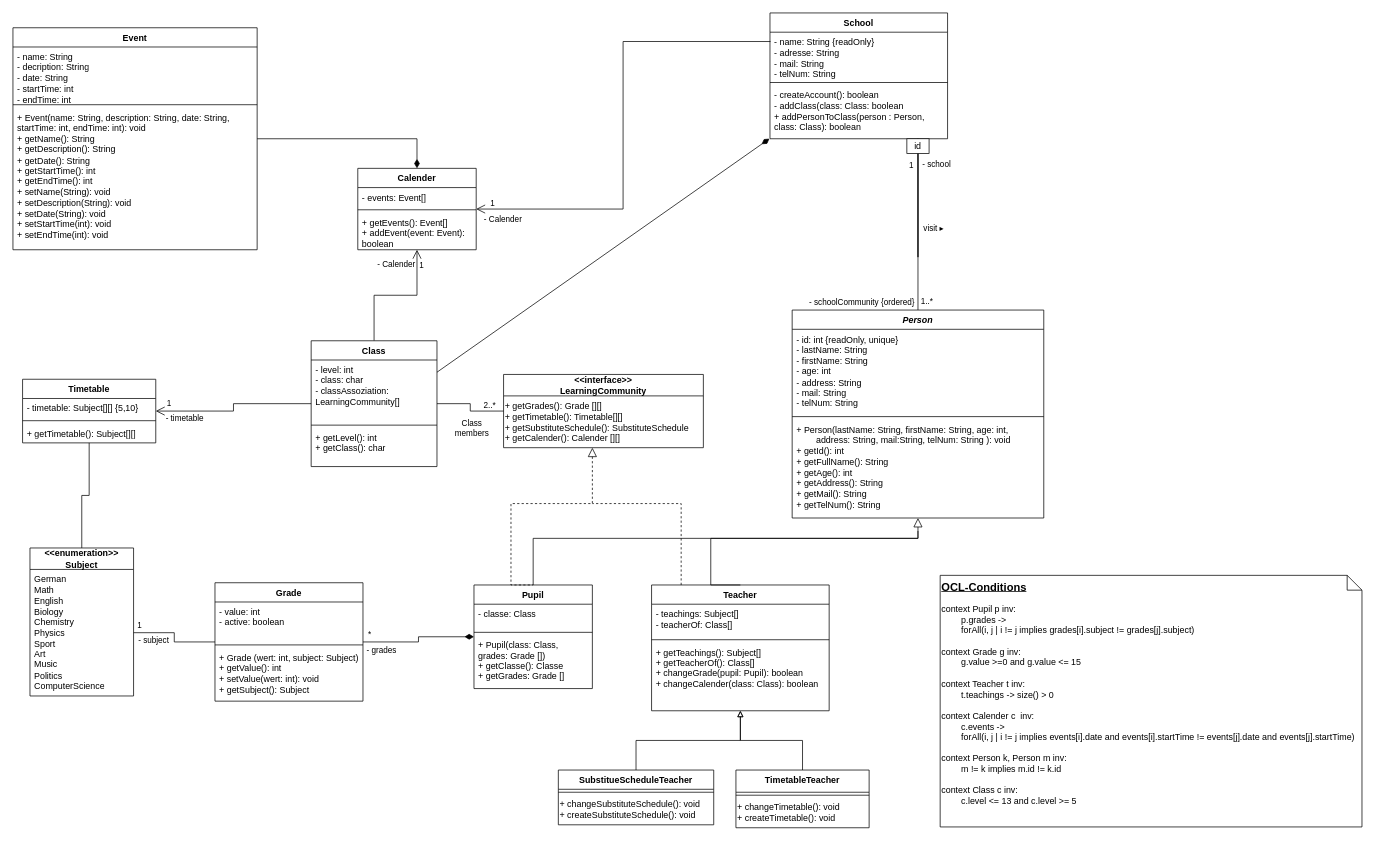
Earlier version of the draw.io diagram ClassDiagram.drawio (TrainFan1804/SchulverwaltungUML). Source tidied: cells renumbered, new cells numbered last; positions are measured from the earlier drawing's top-left corner, leaving out a move shared by most shapes. Both pictures are drawn from the tidied source at 74%, with x=0, y=0 at pixel (13, 13).
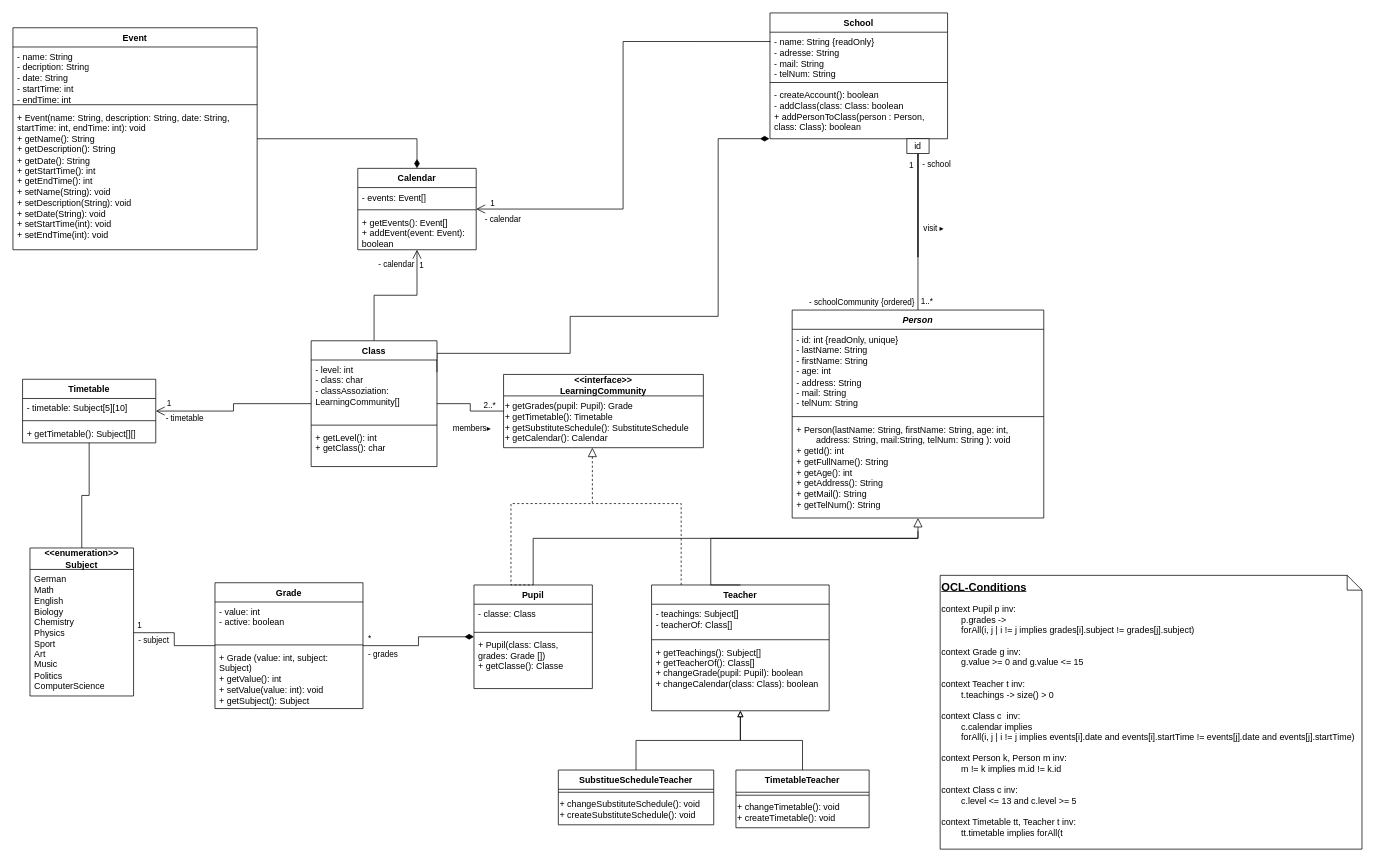
The same page after the edit.

The change refers to these unchanged cells:
```xml
<mxCell id="5" value="Pupil" style="swimlane;fontStyle=1;align=center;verticalAlign=top;horizontal=1;startSize=26;rounded=0;shadow=0;strokeWidth=1;" parent="1" vertex="1">
  <mxGeometry x="623" y="773" width="160" height="140" as="geometry" />
</mxCell>
<mxCell id="18" value="Teacher" style="swimlane;fontStyle=1;align=center;verticalAlign=top;horizontal=1;startSize=26;rounded=0;shadow=0;strokeWidth=1;" parent="1" vertex="1">
  <mxGeometry x="863" y="773" width="240" height="170" as="geometry" />
</mxCell>
<mxCell id="29" style="edgeStyle=orthogonalEdgeStyle;rounded=0;jettySize=auto;html=1;entryX=1;entryY=0.5;entryDx=0;entryDy=0;endArrow=open;endFill=0;endSize=10;exitX=0.003;exitY=0.197;exitDx=0;exitDy=0;exitPerimeter=0;startSize=10;" parent="1" edge="1" source="38" target="51">
  <mxGeometry relative="1" as="geometry" />
</mxCell>
<mxCell id="40" value="&lt;div&gt;&lt;span style=&quot;background-color: initial;&quot;&gt;- createAccount(): boolean&lt;/span&gt;&lt;br&gt;&lt;/div&gt;&lt;div&gt;- addClass(class: Class: boolean&lt;/div&gt;&lt;div&gt;+&lt;span style=&quot;background-color: initial;&quot;&gt;&amp;nbsp;addPersonToClass(person : Person, class: Class): boolean&lt;/span&gt;&lt;/div&gt;" style="text;strokeColor=none;fillColor=none;align=left;verticalAlign=top;spacingLeft=4;spacingRight=4;overflow=hidden;points=[[0,0.5],[1,0.5]];portConstraint=eastwest;whiteSpace=wrap;html=1;" parent="37" vertex="1">
  <mxGeometry y="98" width="240" height="72" as="geometry" />
</mxCell>
<mxCell id="41" style="edgeStyle=orthogonalEdgeStyle;rounded=0;jettySize=auto;html=1;entryX=0.5;entryY=1;entryDx=0;entryDy=0;endArrow=open;endFill=0;endSize=10;" parent="1" edge="1" source="47" target="51">
  <mxGeometry relative="1" as="geometry" />
</mxCell>
<mxCell id="47" value="Class" style="swimlane;fontStyle=1;align=center;verticalAlign=top;horizontal=1;startSize=26;whiteSpace=wrap;html=1;" parent="1" vertex="1">
  <mxGeometry x="403" y="443" width="170" height="170" as="geometry" />
</mxCell>
<mxCell id="56" value="Timetable" style="swimlane;fontStyle=1;align=center;verticalAlign=top;horizontal=1;startSize=26;whiteSpace=wrap;html=1;" parent="1" vertex="1">
  <mxGeometry x="13" y="495" width="180" height="86" as="geometry" />
</mxCell>
<mxCell id="69" style="edgeStyle=orthogonalEdgeStyle;rounded=0;jettySize=auto;html=1;entryX=1;entryY=0.5;entryDx=0;entryDy=0;endArrow=none;endFill=0;" parent="1" edge="1" source="72" target="47">
  <mxGeometry relative="1" as="geometry" />
</mxCell>
<mxCell id="72" value="&lt;div&gt;&amp;lt;&amp;lt;interface&amp;gt;&amp;gt;&lt;br&gt;&lt;/div&gt;&lt;div&gt;LearningCommunity&lt;/div&gt;" style="swimlane;fontStyle=1;align=center;verticalAlign=middle;horizontal=1;startSize=29;html=1;whiteSpace=wrap;" parent="1" vertex="1">
  <mxGeometry x="663" y="488.5" width="270" height="99" as="geometry" />
</mxCell>
```

The edit, as a diff of the source:
```diff
@@
-    <mxCell id="8" value="+ Pupil(class: Class, &#10;grades: Grade [])&#10;+ getClasse(): Classe&#10;+ getGrades: Grade []" style="text;align=left;verticalAlign=top;spacingLeft=4;spacingRight=4;overflow=hidden;" parent="5" vertex="1">
+    <mxCell id="8" value="+ Pupil(class: Class, &#10;grades: Grade [])&#10;+ getClasse(): Classe" style="text;align=left;verticalAlign=top;spacingLeft=4;spacingRight=4;overflow=hidden;" parent="5" vertex="1">
       <mxGeometry y="68" width="160" height="72" as="geometry" />
     </mxCell>
@@
-    <mxCell id="21" value="+ getTeachings(): Subject[]&#10;+ getTeacherOf(): Class[]&#10;+ changeGrade(pupil: Pupil): boolean&#10;+ changeCalender(class: Class): boolean" style="text;align=left;verticalAlign=top;spacingLeft=4;spacingRight=4;overflow=hidden;" parent="18" vertex="1">
+    <mxCell id="21" value="+ getTeachings(): Subject[]&#10;+ getTeacherOf(): Class[]&#10;+ changeGrade(pupil: Pupil): boolean&#10;+ changeCalendar(class: Class): boolean" style="text;align=left;verticalAlign=top;spacingLeft=4;spacingRight=4;overflow=hidden;" parent="18" vertex="1">
       <mxGeometry y="78" width="240" height="82" as="geometry" />
     </mxCell>
@@
     <mxCell id="25" value="Grade" style="swimlane;fontStyle=1;align=center;verticalAlign=top;horizontal=1;startSize=26;whiteSpace=wrap;html=1;" parent="1" vertex="1">
-      <mxGeometry x="273" y="770" width="200" height="160" as="geometry" />
+      <mxGeometry x="273" y="770" width="200" height="170" as="geometry" />
     </mxCell>
@@
-    <mxCell id="28" value="&lt;div&gt;+ Grade (wert: int, subject: Subject)&lt;br&gt;&lt;/div&gt;&lt;div&gt;+ getValue(): int&lt;/div&gt;&lt;div&gt;+ setValue(wert: int): void&lt;br&gt;&lt;/div&gt;&lt;div&gt;+ getSubject(): Subject&lt;/div&gt;" style="text;strokeColor=none;fillColor=none;align=left;verticalAlign=top;spacingLeft=4;spacingRight=4;overflow=hidden;whiteSpace=wrap;html=1;" parent="25" vertex="1">
-      <mxGeometry y="88" width="200" height="72" as="geometry" />
+    <mxCell id="28" value="&lt;div&gt;+ Grade (value: int, subject: Subject)&lt;br&gt;&lt;/div&gt;&lt;div&gt;+ getValue(): int&lt;/div&gt;&lt;div&gt;+ setValue(value: int): void&lt;br&gt;&lt;/div&gt;&lt;div&gt;+ getSubject(): Subject&lt;/div&gt;" style="text;strokeColor=none;fillColor=none;align=left;verticalAlign=top;spacingLeft=4;spacingRight=4;overflow=hidden;whiteSpace=wrap;html=1;" parent="25" vertex="1">
+      <mxGeometry y="88" width="200" height="82" as="geometry" />
     </mxCell>
@@
-    <mxCell id="31" value="- Calender" style="edgeLabel;html=1;align=center;verticalAlign=middle;" parent="29" vertex="1">
+    <mxCell id="31" value="- calendar" style="edgeLabel;html=1;align=center;verticalAlign=middle;" parent="29" vertex="1">
       <mxGeometry x="0.47" y="1" relative="1" as="geometry">
         <mxPoint x="-130" y="12" as="offset" />
       </mxGeometry>
     </mxCell>
@@
-    <mxCell id="36" style="rounded=0;jettySize=auto;html=1;entryX=1;entryY=0.25;entryDx=0;entryDy=0;strokeColor=default;align=center;verticalAlign=middle;fontFamily=Helvetica;fontSize=11;fontColor=default;labelBackgroundColor=default;endArrow=none;endFill=0;endSize=10;startSize=10;startArrow=diamondThin;startFill=1;exitX=-0.003;exitY=0.999;exitDx=0;exitDy=0;exitPerimeter=0;" parent="1" edge="1" source="40" target="47">
-      <mxGeometry relative="1" as="geometry" />
+    <mxCell id="36" style="rounded=0;jettySize=auto;html=1;entryX=1;entryY=0.25;entryDx=0;entryDy=0;strokeColor=default;align=center;verticalAlign=middle;fontFamily=Helvetica;fontSize=11;fontColor=default;labelBackgroundColor=default;endArrow=none;endFill=0;endSize=10;startSize=10;startArrow=diamondThin;startFill=1;exitX=-0.003;exitY=0.999;exitDx=0;exitDy=0;exitPerimeter=0;edgeStyle=orthogonalEdgeStyle;" parent="1" edge="1" source="40" target="47">
+      <mxGeometry relative="1" as="geometry">
+        <Array as="points">
+          <mxPoint x="953" y="170" />
+          <mxPoint x="953" y="410" />
+          <mxPoint x="753" y="410" />
+          <mxPoint x="753" y="460" />
+          <mxPoint x="573" y="460" />
+        </Array>
+      </mxGeometry>
     </mxCell>
@@
-    <mxCell id="43" value="- Calender" style="edgeLabel;html=1;align=center;verticalAlign=middle;" parent="41" vertex="1">
+    <mxCell id="43" value="- calendar" style="edgeLabel;html=1;align=center;verticalAlign=middle;" parent="41" vertex="1">
       <mxGeometry x="0.32" y="1" relative="1" as="geometry">
         <mxPoint x="-28" y="-41" as="offset" />
       </mxGeometry>
     </mxCell>
@@
-    <mxCell id="51" value="Calender&lt;div&gt;&lt;br&gt;&lt;/div&gt;" style="swimlane;fontStyle=1;align=center;verticalAlign=top;horizontal=1;startSize=26;whiteSpace=wrap;html=1;" parent="1" vertex="1">
+    <mxCell id="51" value="Calendar" style="swimlane;fontStyle=1;align=center;verticalAlign=top;horizontal=1;startSize=26;whiteSpace=wrap;html=1;" parent="1" vertex="1">
       <mxGeometry x="466" y="210" width="160" height="110" as="geometry" />
     </mxCell>
@@
-    <mxCell id="57" value="- timetable: Subject[][] {5,10}" style="text;strokeColor=none;fillColor=none;align=left;verticalAlign=top;spacingLeft=4;spacingRight=4;overflow=hidden;whiteSpace=wrap;html=1;" parent="56" vertex="1">
+    <mxCell id="57" value="- timetable: Subject[5][10]" style="text;strokeColor=none;fillColor=none;align=left;verticalAlign=top;spacingLeft=4;spacingRight=4;overflow=hidden;whiteSpace=wrap;html=1;" parent="56" vertex="1">
       <mxGeometry y="26" width="180" height="26" as="geometry" />
     </mxCell>
@@
-    <mxCell id="71" value="Class&lt;div&gt;members&lt;/div&gt;" style="edgeLabel;html=1;align=center;verticalAlign=middle;" parent="69" vertex="1">
+    <mxCell id="71" value="members▸" style="edgeLabel;html=1;align=center;verticalAlign=middle;" parent="69" vertex="1">
       <mxGeometry x="-0.24" y="2" relative="1" as="geometry">
         <mxPoint x="-6" y="20" as="offset" />
       </mxGeometry>
     </mxCell>
@@
-    <mxCell id="73" value="&lt;div align=&quot;left&quot;&gt;+ getGrades(): Grade [][]&lt;br&gt;&lt;/div&gt;&lt;div align=&quot;left&quot;&gt;+ getTimetable(): Timetable[][]&lt;br&gt;&lt;/div&gt;&lt;div align=&quot;left&quot;&gt;+ getSubstituteSchedule():&amp;nbsp;&lt;span style=&quot;background-color: initial;&quot;&gt;SubstituteSchedule&lt;/span&gt;&lt;br&gt;&lt;/div&gt;&lt;div align=&quot;left&quot;&gt;+ getCalender(): Calender [][]&lt;br&gt;&lt;/div&gt;" style="text;html=1;align=left;verticalAlign=middle;strokeColor=none;fillColor=none;" parent="72" vertex="1">
+    <mxCell id="73" value="&lt;div align=&quot;left&quot;&gt;+ getGrades(pupil: Pupil): Grade&lt;br&gt;&lt;/div&gt;&lt;div align=&quot;left&quot;&gt;+ getTimetable(): Timetable&lt;br&gt;&lt;/div&gt;&lt;div align=&quot;left&quot;&gt;+ getSubstituteSchedule():&amp;nbsp;&lt;span style=&quot;background-color: initial;&quot;&gt;SubstituteSchedule&lt;/span&gt;&lt;br&gt;&lt;/div&gt;&lt;div align=&quot;left&quot;&gt;+ getCalendar(): Calendar&lt;br&gt;&lt;/div&gt;" style="text;html=1;align=left;verticalAlign=middle;strokeColor=none;fillColor=none;" parent="72" vertex="1">
       <mxGeometry y="29" width="270" height="70" as="geometry" />
     </mxCell>
@@
-    <mxCell id="83" value="&lt;b&gt;&lt;u&gt;&lt;font style=&quot;font-size: 15px;&quot;&gt;OCL-Conditions&lt;/font&gt;&lt;/u&gt;&lt;/b&gt;&lt;div&gt;&lt;br&gt;&lt;/div&gt;&lt;div&gt;context Pupil p inv:&lt;/div&gt;&lt;div&gt;&lt;span style=&quot;white-space: pre;&quot;&gt;&#9;&lt;/span&gt;p.grades -&amp;gt;&amp;nbsp;&lt;/div&gt;&lt;div&gt;&lt;span style=&quot;white-space: pre;&quot;&gt;&#9;&lt;/span&gt;forAll(i, j | i != j implies grades[i].subject !=&amp;nbsp;&lt;span style=&quot;background-color: initial;&quot;&gt;grades[j].subject)&lt;/span&gt;&lt;/div&gt;&lt;div&gt;&lt;span style=&quot;background-color: initial;&quot;&gt;&lt;br&gt;&lt;/span&gt;&lt;/div&gt;&lt;div&gt;&lt;span style=&quot;background-color: initial;&quot;&gt;context Grade g inv:&lt;/span&gt;&lt;/div&gt;&lt;div&gt;&lt;span style=&quot;background-color: initial;&quot;&gt;&lt;span style=&quot;white-space: pre;&quot;&gt;&#9;&lt;/span&gt;g.value &amp;gt;=0 and g.value &amp;lt;= 15&lt;br&gt;&lt;/span&gt;&lt;/div&gt;&lt;div&gt;&lt;span style=&quot;background-color: initial;&quot;&gt;&lt;br&gt;&lt;/span&gt;&lt;/div&gt;&lt;div&gt;&lt;span style=&quot;background-color: initial;&quot;&gt;&lt;div&gt;context Teacher t inv:&lt;/div&gt;&lt;div&gt;&amp;nbsp;&lt;span style=&quot;white-space: pre;&quot;&gt;&#9;&lt;/span&gt;t.teachings -&amp;gt; size() &amp;gt; 0&lt;/div&gt;&lt;/span&gt;&lt;/div&gt;&lt;div&gt;&lt;br&gt;&lt;/div&gt;&lt;div&gt;&lt;span style=&quot;background-color: initial;&quot;&gt;context Calender c&amp;nbsp; inv:&lt;/span&gt;&lt;/div&gt;&lt;div&gt;&lt;span style=&quot;background-color: initial;&quot;&gt;&lt;span style=&quot;white-space: pre;&quot;&gt;&#9;&lt;/span&gt;c.events -&amp;gt;&lt;/span&gt;&lt;span style=&quot;background-color: initial;&quot;&gt;&lt;br&gt;&lt;/span&gt;&lt;/div&gt;&lt;div&gt;&lt;span style=&quot;background-color: initial;&quot;&gt;&lt;span style=&quot;white-space: pre;&quot;&gt;&#9;&lt;/span&gt;&lt;/span&gt;&lt;span style=&quot;background-color: initial;&quot;&gt;forAll(i, j | i != j implies events[i].date and&amp;nbsp;&lt;/span&gt;&lt;span style=&quot;background-color: initial;&quot;&gt;events[i].startTime !=&amp;nbsp;&lt;/span&gt;&lt;span style=&quot;background-color: initial;&quot;&gt;events[j].date&amp;nbsp;and&amp;nbsp;&lt;/span&gt;&lt;span style=&quot;background-color: initial;&quot;&gt;events[j].startTime)&lt;/span&gt;&lt;/div&gt;&lt;div&gt;&lt;span style=&quot;background-color: initial;&quot;&gt;&lt;br&gt;&lt;/span&gt;&lt;/div&gt;&lt;div&gt;context Person k, Person m inv:&lt;/div&gt;&lt;div&gt;&lt;span style=&quot;white-space: pre;&quot;&gt;&#9;&lt;/span&gt;m != k implies m.id != k.id&lt;br&gt;&lt;/div&gt;&lt;div&gt;&lt;span style=&quot;background-color: initial;&quot;&gt;&lt;br&gt;&lt;/span&gt;&lt;/div&gt;&lt;div&gt;&lt;span style=&quot;background-color: initial;&quot;&gt;context Class c inv:&lt;/span&gt;&lt;/div&gt;&lt;div&gt;&lt;span style=&quot;background-color: initial;&quot;&gt;&lt;span style=&quot;white-space: pre;&quot;&gt;&#9;&lt;/span&gt;c.level &amp;lt;= 13 and c.level &amp;gt;= 5&lt;br&gt;&lt;/span&gt;&lt;/div&gt;" style="shape=note;size=20;whiteSpace=wrap;html=1;align=left;verticalAlign=top;" parent="1" vertex="1">
-      <mxGeometry x="1253" y="760" width="570" height="340" as="geometry" />
+    <mxCell id="83" value="&lt;b&gt;&lt;u&gt;&lt;font style=&quot;font-size: 15px;&quot;&gt;OCL-Conditions&lt;/font&gt;&lt;/u&gt;&lt;/b&gt;&lt;div&gt;&lt;br&gt;&lt;/div&gt;&lt;div&gt;context Pupil p inv:&lt;/div&gt;&lt;div&gt;&lt;span style=&quot;white-space: pre;&quot;&gt;&#9;&lt;/span&gt;p.grades -&amp;gt;&amp;nbsp;&lt;/div&gt;&lt;div&gt;&lt;span style=&quot;white-space: pre;&quot;&gt;&#9;&lt;/span&gt;forAll(i, j | i != j implies grades[i].subject !=&amp;nbsp;&lt;span style=&quot;background-color: initial;&quot;&gt;grades[j].subject)&lt;/span&gt;&lt;/div&gt;&lt;div&gt;&lt;span style=&quot;background-color: initial;&quot;&gt;&lt;br&gt;&lt;/span&gt;&lt;/div&gt;&lt;div&gt;&lt;span style=&quot;background-color: initial;&quot;&gt;context Grade g inv:&lt;/span&gt;&lt;/div&gt;&lt;div&gt;&lt;span style=&quot;background-color: initial;&quot;&gt;&lt;span style=&quot;white-space: pre;&quot;&gt;&#9;&lt;/span&gt;g.value &amp;gt;= 0 and g.value &amp;lt;= 15&lt;br&gt;&lt;/span&gt;&lt;/div&gt;&lt;div&gt;&lt;span style=&quot;background-color: initial;&quot;&gt;&lt;br&gt;&lt;/span&gt;&lt;/div&gt;&lt;div&gt;&lt;span style=&quot;background-color: initial;&quot;&gt;&lt;div&gt;context Teacher t inv:&lt;/div&gt;&lt;div&gt;&amp;nbsp;&lt;span style=&quot;white-space: pre;&quot;&gt;&#9;&lt;/span&gt;t.teachings -&amp;gt; size() &amp;gt; 0&lt;/div&gt;&lt;/span&gt;&lt;/div&gt;&lt;div&gt;&lt;br&gt;&lt;/div&gt;&lt;div&gt;&lt;span style=&quot;background-color: initial;&quot;&gt;context Class c&amp;nbsp; inv:&lt;/span&gt;&lt;/div&gt;&lt;div&gt;&lt;span style=&quot;background-color: initial;&quot;&gt;&lt;span style=&quot;white-space: pre;&quot;&gt;&#9;&lt;/span&gt;c.calendar implies&lt;/span&gt;&lt;span style=&quot;background-color: initial;&quot;&gt;&lt;br&gt;&lt;/span&gt;&lt;/div&gt;&lt;div&gt;&lt;span style=&quot;background-color: initial;&quot;&gt;&lt;span style=&quot;white-space: pre;&quot;&gt;&#9;&lt;/span&gt;&lt;/span&gt;&lt;span style=&quot;background-color: initial;&quot;&gt;forAll(i, j | i != j implies events[i].date and&amp;nbsp;&lt;/span&gt;&lt;span style=&quot;background-color: initial;&quot;&gt;events[i].startTime !=&amp;nbsp;&lt;/span&gt;&lt;span style=&quot;background-color: initial;&quot;&gt;events[j].date&amp;nbsp;and&amp;nbsp;&lt;/span&gt;&lt;span style=&quot;background-color: initial;&quot;&gt;events[j].startTime)&lt;/span&gt;&lt;/div&gt;&lt;div&gt;&lt;span style=&quot;background-color: initial;&quot;&gt;&lt;br&gt;&lt;/span&gt;&lt;/div&gt;&lt;div&gt;context Person k, Person m inv:&lt;/div&gt;&lt;div&gt;&lt;span style=&quot;white-space: pre;&quot;&gt;&#9;&lt;/span&gt;m != k implies m.id != k.id&lt;br&gt;&lt;/div&gt;&lt;div&gt;&lt;span style=&quot;background-color: initial;&quot;&gt;&lt;br&gt;&lt;/span&gt;&lt;/div&gt;&lt;div&gt;&lt;span style=&quot;background-color: initial;&quot;&gt;context Class c inv:&lt;/span&gt;&lt;/div&gt;&lt;div&gt;&lt;span style=&quot;background-color: initial;&quot;&gt;&lt;span style=&quot;white-space: pre;&quot;&gt;&#9;&lt;/span&gt;c.level &amp;lt;= 13 and c.level &amp;gt;= 5&lt;br&gt;&lt;/span&gt;&lt;/div&gt;&lt;div&gt;&lt;br&gt;&lt;/div&gt;&lt;div&gt;context Timetable tt, Teacher t inv:&lt;/div&gt;&lt;div&gt;&lt;span style=&quot;white-space: pre;&quot;&gt;&#9;&lt;/span&gt;tt.timetable implies forAll(t&amp;nbsp;&lt;br&gt;&lt;/div&gt;" style="shape=note;size=20;whiteSpace=wrap;html=1;align=left;verticalAlign=top;" parent="1" vertex="1">
+      <mxGeometry x="1253" y="760" width="570" height="370" as="geometry" />
     </mxCell>
```
